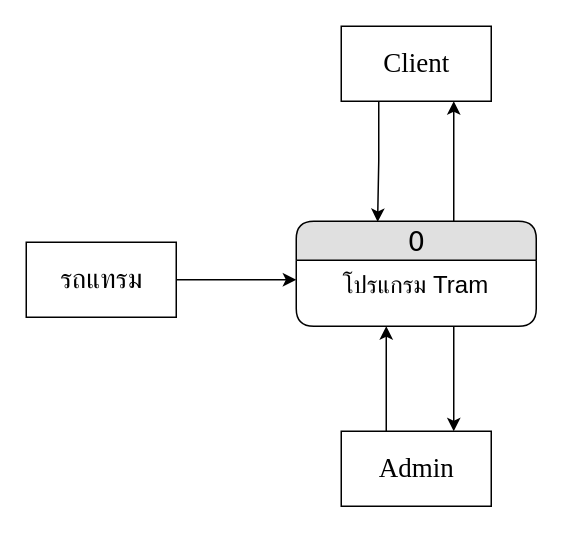
This is page "Main" (1 of 7) of data_flow.drawio from Domineice/Tram_tracking_draft, a draw.io file, before an edit. Source tidied: cells renumbered, new cells numbered last; positions are measured from the earlier drawing's top-left corner, leaving out a move shared by most shapes. Both pictures are drawn from the tidied source at 150%, with x=0, y=0 at pixel (26, 26).
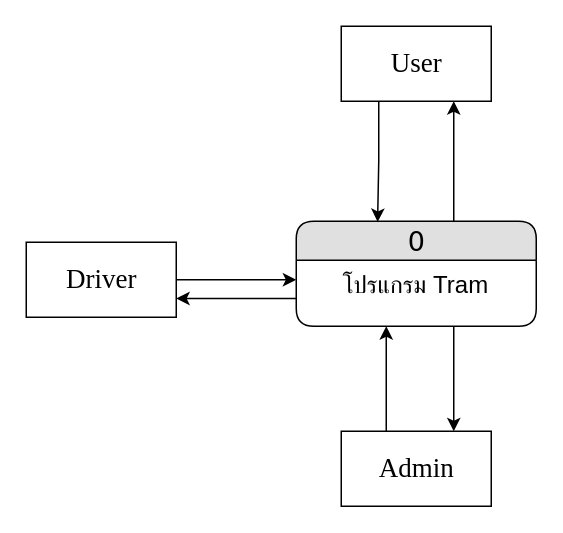
Above is the later version.

The edit, as a diff of the source:
```diff
@@
 <mxGraphModel background="#ffffff">
   <root>
     <mxCell id="0" />
     <mxCell id="1" parent="0" />
     <mxCell id="2" style="edgeStyle=orthogonalEdgeStyle;rounded=1;jettySize=auto;html=1;fontFamily=Times New Roman;fontSize=11;entryX=0.75;entryY=0;entryDx=0;entryDy=0;" parent="1" edge="1" source="3" target="8">
       <mxGeometry relative="1" as="geometry">
         <Array as="points">
           <mxPoint x="285" y="240" />
           <mxPoint x="285" y="240" />
         </Array>
       </mxGeometry>
     </mxCell>
     <mxCell id="3" value="&lt;font style=&quot;font-size: 18px&quot;&gt;0&lt;/font&gt;" style="swimlane;html=1;fontStyle=0;horizontal=1;startSize=26;fillColor=#e0e0e0;swimlaneFillColor=#ffffff;align=center;rounded=1;shadow=0;comic=0;labelBackgroundColor=none;strokeWidth=1;fontFamily=Verdana;fontSize=12;" parent="1" vertex="1">
       <mxGeometry x="180" y="130" width="160" height="70" as="geometry" />
     </mxCell>
     <mxCell id="4" value="&lt;font style=&quot;font-size: 16px&quot;&gt;โปรแกรม Tram Tracking&lt;/font&gt;" style="text;html=1;strokeColor=none;fillColor=none;spacingLeft=4;spacingRight=4;whiteSpace=wrap;overflow=hidden;points=[[0,0.5],[1,0.5]];portConstraint=eastwest;align=center;" parent="3" vertex="1">
       <mxGeometry y="26" width="160" height="26" as="geometry" />
     </mxCell>
     <mxCell id="5" style="edgeStyle=orthogonalEdgeStyle;rounded=0;jettySize=auto;html=1;exitX=0.25;exitY=1;exitDx=0;exitDy=0;entryX=0.339;entryY=0.006;entryDx=0;entryDy=0;entryPerimeter=0;fontFamily=Times New Roman;fontSize=18;" parent="1" edge="1" source="6" target="3">
       <mxGeometry relative="1" as="geometry" />
     </mxCell>
-    <mxCell id="6" value="Client" style="html=1;dashed=0;whitespace=wrap;fontFamily=Times New Roman;fontSize=18;align=center;" parent="1" vertex="1">
+    <mxCell id="6" value="User" style="html=1;dashed=0;whitespace=wrap;fontFamily=Times New Roman;fontSize=18;align=center;" parent="1" vertex="1">
       <mxGeometry x="210" width="100" height="50" as="geometry" />
     </mxCell>
     <mxCell id="7" style="edgeStyle=orthogonalEdgeStyle;rounded=1;jettySize=auto;html=1;fontFamily=Times New Roman;fontSize=11;" parent="1" edge="1" source="8">
       <mxGeometry relative="1" as="geometry">
         <mxPoint x="240" y="200" as="targetPoint" />
         <Array as="points">
           <mxPoint x="240" y="300" />
           <mxPoint x="240" y="300" />
         </Array>
       </mxGeometry>
     </mxCell>
     <mxCell id="8" value="Admin" style="html=1;dashed=0;whitespace=wrap;fontFamily=Times New Roman;fontSize=18;align=center;" parent="1" vertex="1">
       <mxGeometry x="210" y="270" width="100" height="50" as="geometry" />
     </mxCell>
     <mxCell id="9" style="endArrow=classic;html=1;rounded=0;fontFamily=Times New Roman;fontSize=18;entryX=0.75;entryY=1;entryDx=0;entryDy=0;" parent="1" edge="1" target="6">
       <mxGeometry relative="1" as="geometry">
         <mxPoint x="285" y="130" as="sourcePoint" />
       </mxGeometry>
     </mxCell>
     <mxCell id="10" style="edgeStyle=orthogonalEdgeStyle;rounded=0;jettySize=auto;html=1;" parent="1" edge="1" source="11" target="4">
       <mxGeometry relative="1" as="geometry" />
     </mxCell>
-    <mxCell id="11" value="รถแทรม" style="html=1;dashed=0;whitespace=wrap;fontFamily=Times New Roman;fontSize=18;align=center;" parent="1" vertex="1">
+    <mxCell id="11" value="Driver" style="html=1;dashed=0;whitespace=wrap;fontFamily=Times New Roman;fontSize=18;align=center;" parent="1" vertex="1">
       <mxGeometry y="144" width="100" height="50" as="geometry" />
     </mxCell>
+    <mxCell id="12" style="edgeStyle=orthogonalEdgeStyle;rounded=1;jettySize=auto;html=1;entryX=1;entryY=0.75;entryDx=0;entryDy=0;fontSize=9;" parent="1" edge="1" source="4" target="11">
+      <mxGeometry relative="1" as="geometry">
+        <Array as="points">
+          <mxPoint x="140" y="182" />
+        </Array>
+      </mxGeometry>
+    </mxCell>
   </root>
 </mxGraphModel>
```
